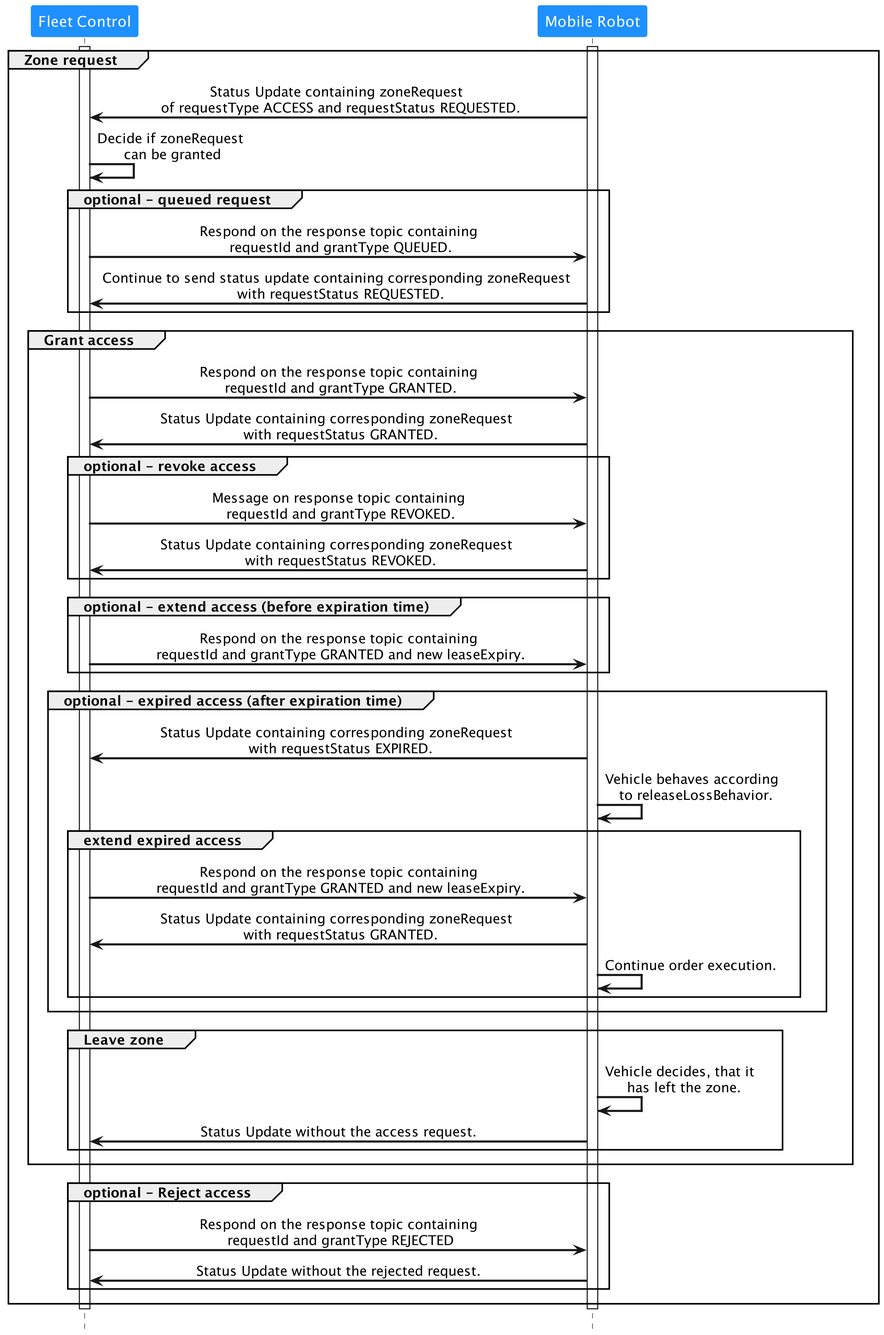
VDA5050/VDA5050 keeps this PlantUML diagram as assets/request_release_zone_access.png. Above is the earlier version. The source it was exported from:
```plantuml
@startuml
skinparam dpi 400
!pragma teoz true
skinparam defaultTextAlignment center
skinparam participantFontColor white
skinparam noteFontColor white
skinparam participantBorderColor None
skinparam ArrowThickness 2
participant "Fleet Control" #dodgerblue
participant "Mobile Robot" #dodgerblue
hide footbox

activate "Mobile Robot"
activate "Fleet Control"

group Zone request
"Mobile Robot" -> "Fleet Control": Status Update containing zoneRequest \n of requestType ACCESS and requestStatus REQUESTED.
"Fleet Control" -> "Fleet Control": Decide if zoneRequest\n can be granted
group optional - queued request
"Fleet Control" -> "Mobile Robot": Respond on the response topic containing\n requestId and grantType QUEUED.
"Mobile Robot" -> "Fleet Control": Continue to send status update containing corresponding zoneRequest \n with requestStatus REQUESTED.
end
group Grant access
"Fleet Control" -> "Mobile Robot": Respond on the response topic containing\n requestId and grantType GRANTED.
"Mobile Robot" -> "Fleet Control": Status Update containing corresponding zoneRequest \n with requestStatus GRANTED.
group optional - revoke access
"Fleet Control" -> "Mobile Robot": Message on response topic containing\n requestId and grantType REVOKED.
"Mobile Robot" -> "Fleet Control": Status Update containing corresponding zoneRequest \n with requestStatus REVOKED.
end
group optional - extend access (before expiration time)
"Fleet Control" -> "Mobile Robot": Respond on the response topic containing\n requestId and grantType GRANTED and new leaseExpiry.
end
group optional - expired access (after expiration time)
"Mobile Robot" -> "Fleet Control": Status Update containing corresponding zoneRequest \n with requestStatus EXPIRED.
"Mobile Robot" -> "Mobile Robot": Vehicle behaves according \n to releaseLossBehavior.
group extend expired access
"Fleet Control" -> "Mobile Robot": Respond on the response topic containing\n requestId and grantType GRANTED and new leaseExpiry.
"Mobile Robot" -> "Fleet Control": Status Update containing corresponding zoneRequest \n with requestStatus GRANTED.
"Mobile Robot" -> "Mobile Robot": Continue order execution.
end
end
group Leave zone
"Mobile Robot" -> "Mobile Robot": Vehicle decides, that it \n has left the zone.
"Mobile Robot" -> "Fleet Control": Status Update without the access request.
end
end
group optional - Reject access
"Fleet Control" -> "Mobile Robot": Respond on the response topic containing\n requestId and grantType REJECTED
"Mobile Robot" -> "Fleet Control": Status Update without the rejected request.
end
deactivate "Mobile Robot"
deactivate "Fleet Control"
end

@enduml
```
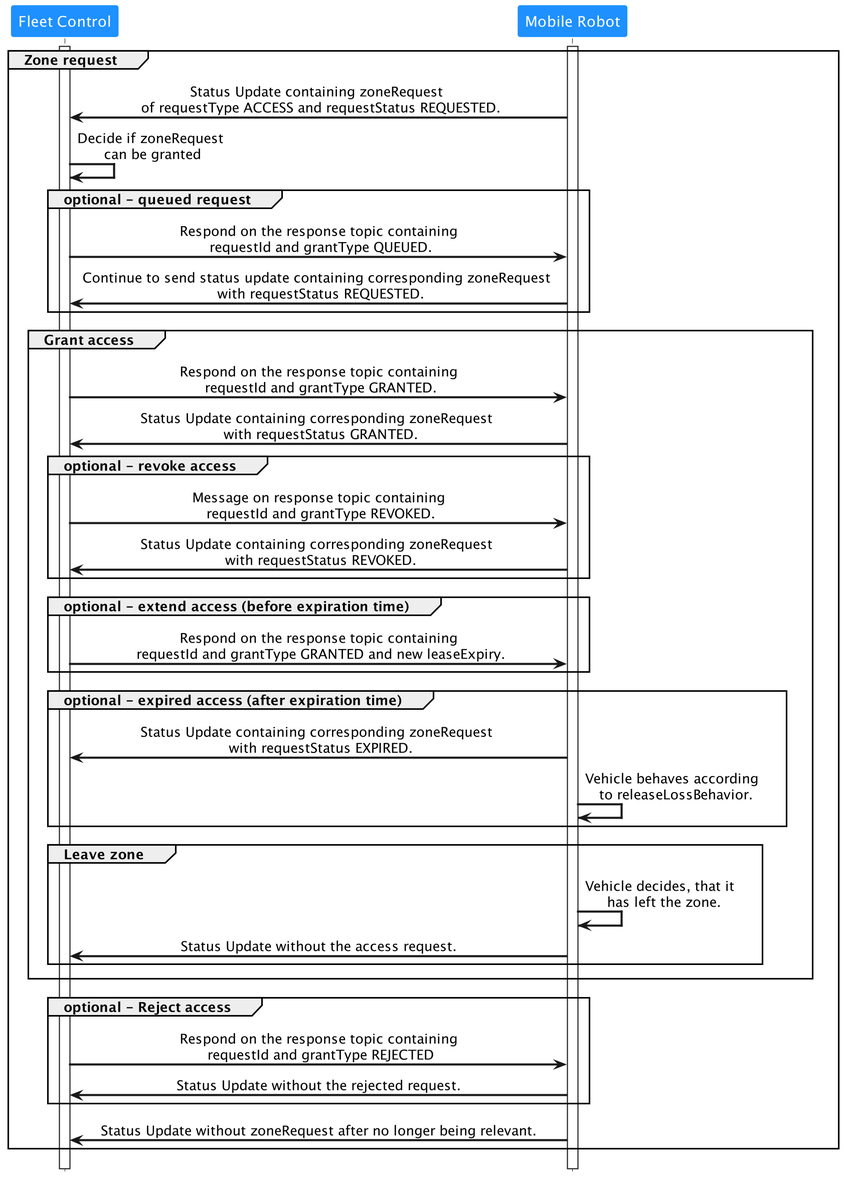
Above is the later version.

Commit message:
Updated the release zone flowchart to represent expired access not possible to grant again and to remove requests from state after they are no longer relevant to the robot

The edit, as a diff of the source:
```diff
@@ -1,5 +1,5 @@
 @startuml
-skinparam dpi 400
+skinparam dpi 200
 !pragma teoz true
 skinparam defaultTextAlignment center
 skinparam participantFontColor white
@@ -33,11 +33,6 @@
 group optional - expired access (after expiration time)
 "Mobile Robot" -> "Fleet Control": Status Update containing corresponding zoneRequest \n with requestStatus EXPIRED.
 "Mobile Robot" -> "Mobile Robot": Vehicle behaves according \n to releaseLossBehavior.
-group extend expired access
-"Fleet Control" -> "Mobile Robot": Respond on the response topic containing\n requestId and grantType GRANTED and new leaseExpiry.
-"Mobile Robot" -> "Fleet Control": Status Update containing corresponding zoneRequest \n with requestStatus GRANTED.
-"Mobile Robot" -> "Mobile Robot": Continue order execution.
-end
 end
 group Leave zone
 "Mobile Robot" -> "Mobile Robot": Vehicle decides, that it \n has left the zone.
@@ -48,8 +43,10 @@
 "Fleet Control" -> "Mobile Robot": Respond on the response topic containing\n requestId and grantType REJECTED
 "Mobile Robot" -> "Fleet Control": Status Update without the rejected request.
 end
+"Mobile Robot" -> "Fleet Control": Status Update without zoneRequest after no longer being relevant.
+end
+deactivate "Fleet Control"
 deactivate "Mobile Robot"
-deactivate "Fleet Control"
-end
+
 
 @enduml
```
